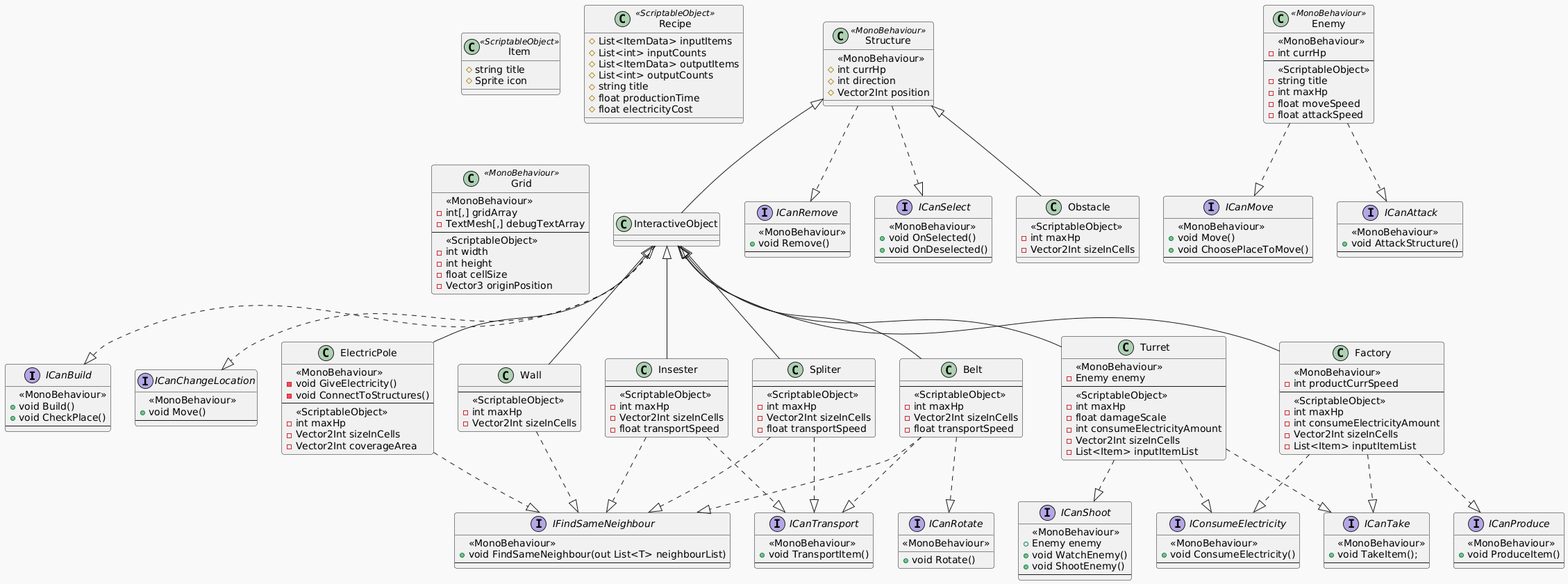
Above: Assets/UML Diagrams/StructuresDiagram.png in Unity-PM/P2_PSM_L01_Krichevskyi.L_Factory_Rush (PlantUML), before the change.
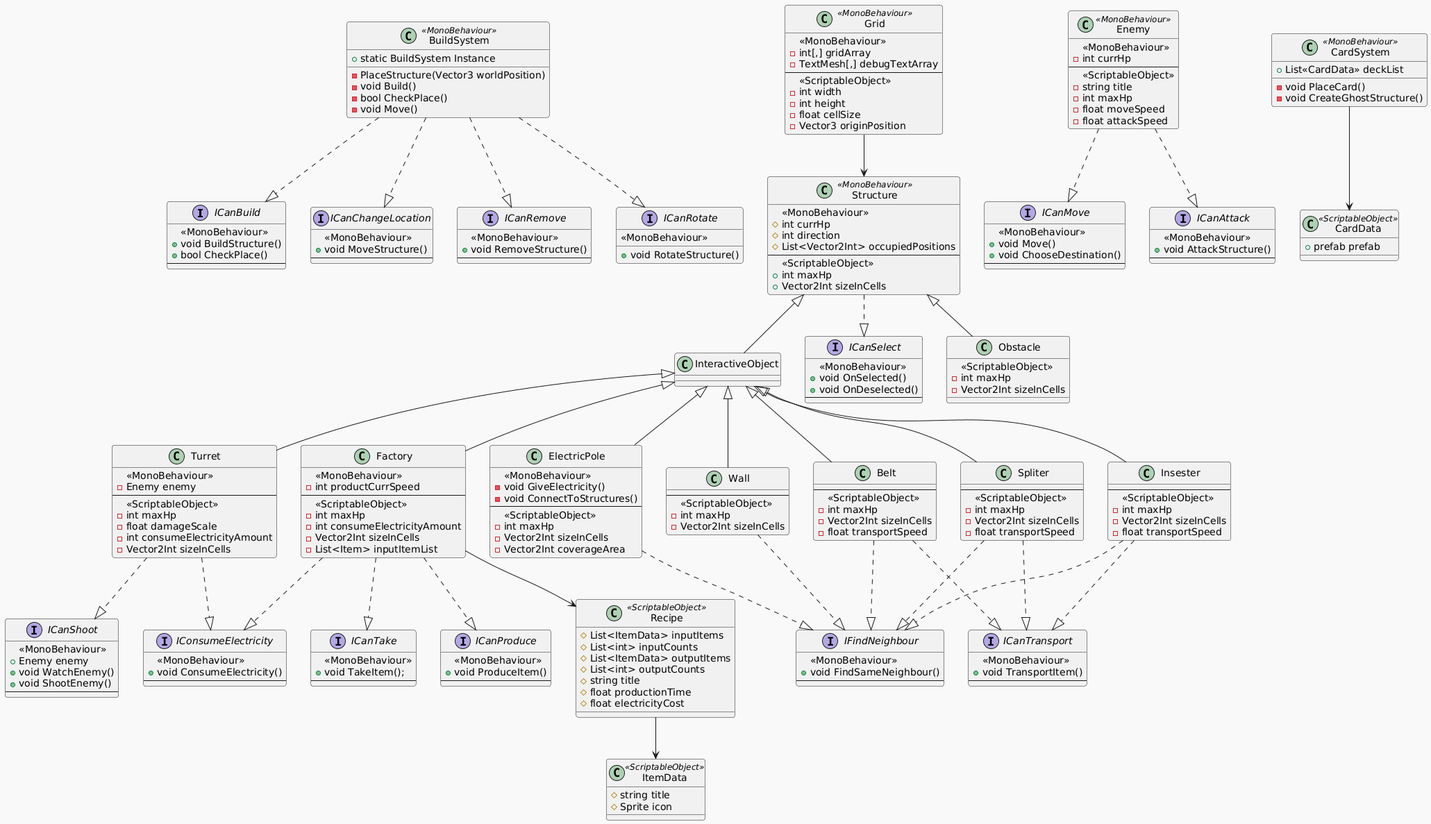
After the commit.

Diff of the diagram source:
```diff
@@ -3,18 +3,18 @@
 
 interface ICanBuild {
   <<MonoBehaviour>>
-  + void Build()
-  + void CheckPlace()
+  + void BuildStructure()
+  + bool CheckPlace()
   --
 }
 interface ICanChangeLocation {
   <<MonoBehaviour>>
-  + void Move()
+  + void MoveStructure()
   --
 }
 interface ICanRemove {
   <<MonoBehaviour>>
-  + void Remove()
+  + void RemoveStructure()
   --
 }
 interface ICanShoot {
@@ -29,9 +29,9 @@
   + void TakeItem();
   --
 }
-interface IFindSameNeighbour {
+interface IFindNeighbour {
   <<MonoBehaviour>>
-  + void FindSameNeighbour(out List<T> neighbourList)
+  + void FindSameNeighbour()
   --
 }
 interface ICanProduce {
@@ -57,14 +57,14 @@
 }
 interface ICanRotate {
   <<MonoBehaviour>>
-  + void Rotate()
+  + void RotateStructure()
 }
 
 
 interface ICanMove {
   <<MonoBehaviour>>
   + void Move()
-  + void ChoosePlaceToMove()
+  + void ChooseDestination()
   --
 }
 interface ICanAttack {
@@ -79,9 +79,12 @@
   <<MonoBehaviour>>
   # int currHp
   # int direction
-  # Vector2Int position
+  # List<Vector2Int> occupiedPositions
+  --
+  <<ScriptableObject>>
+  + int maxHp
+  + Vector2Int sizeInCells
 }
-Structure ..|> ICanRemove
 Structure ..|> ICanSelect
 
 class Obstacle {
@@ -93,8 +96,6 @@
 
 class InteractiveObject
 Structure <|-- InteractiveObject
-InteractiveObject ..|> ICanBuild
-InteractiveObject ..|> ICanChangeLocation
 
 class Wall {
   --
@@ -103,7 +104,7 @@
   - Vector2Int sizeInCells
 }
 InteractiveObject <|-- Wall
-Wall ..|> IFindSameNeighbour
+Wall ..|> IFindNeighbour
 
 class Belt {
   --
@@ -113,9 +114,8 @@
   - float transportSpeed
 }
 InteractiveObject <|-- Belt
-Belt ..|> IFindSameNeighbour
+Belt ..|> IFindNeighbour
 Belt ..|> ICanTransport
-Belt ..|> ICanRotate
 
 class Spliter {
   --
@@ -125,7 +125,7 @@
   - float transportSpeed
 }
 InteractiveObject <|-- Spliter
-Spliter ..|> IFindSameNeighbour
+Spliter ..|> IFindNeighbour
 Spliter ..|> ICanTransport
 
 class Insester {
@@ -136,7 +136,7 @@
   - float transportSpeed
 }
 InteractiveObject <|-- Insester
-Insester ..|> IFindSameNeighbour
+Insester ..|> IFindNeighbour
 Insester ..|> ICanTransport
 
 class ElectricPole {
@@ -150,7 +150,7 @@
   - Vector2Int coverageArea
 }
 InteractiveObject <|-- ElectricPole
-ElectricPole ..|> IFindSameNeighbour
+ElectricPole ..|> IFindNeighbour
 
 class Turret {
   <<MonoBehaviour>>
@@ -161,11 +161,9 @@
   - float damageScale
   - int consumeElectricityAmount
   - Vector2Int sizeInCells
-  - List<Item> inputItemList
 }
 InteractiveObject <|-- Turret
 Turret ..|> ICanShoot
-Turret ..|> ICanTake
 Turret ..|> IConsumeElectricity
 
 class Factory {
@@ -182,11 +180,7 @@
 Factory ..|> ICanProduce
 Factory ..|> ICanTake
 Factory ..|> IConsumeElectricity
-
-class Item <<ScriptableObject>> {
-  # string title
-  # Sprite icon
-}
+Factory --> Recipe
 
 class Recipe <<ScriptableObject>> {
   # List<ItemData> inputItems
@@ -196,6 +190,12 @@
   # string title
   # float productionTime
   # float electricityCost
+}
+Recipe --> ItemData
+
+class ItemData <<ScriptableObject>> {
+  # string title
+  # Sprite icon
 }
 
 class Grid <<MonoBehaviour>> {
@@ -209,6 +209,7 @@
   - float cellSize
   - Vector3 originPosition
 }
+Grid --> Structure
 
 class Enemy <<MonoBehaviour>> {
   <<MonoBehaviour>>
@@ -222,4 +223,29 @@
 }
 Enemy ..|> ICanMove
 Enemy ..|> ICanAttack
+
+
+class CardSystem <<MonoBehaviour>> {
+  + List<<CardData>> deckList
+  - void PlaceCard()
+  - void CreateGhostStructure()
+
+}
+CardSystem --> CardData
+class CardData <<ScriptableObject>> {
+  + prefab prefab
+}
+
+
+class BuildSystem <<MonoBehaviour>> {
+  + static BuildSystem Instance
+  - PlaceStructure(Vector3 worldPosition)
+  - void Build()
+  - bool CheckPlace()
+  - void Move()
+}
+BuildSystem ..|> ICanBuild
+BuildSystem ..|> ICanChangeLocation
+BuildSystem ..|> ICanRemove
+BuildSystem ..|> ICanRotate
 @enduml
```
